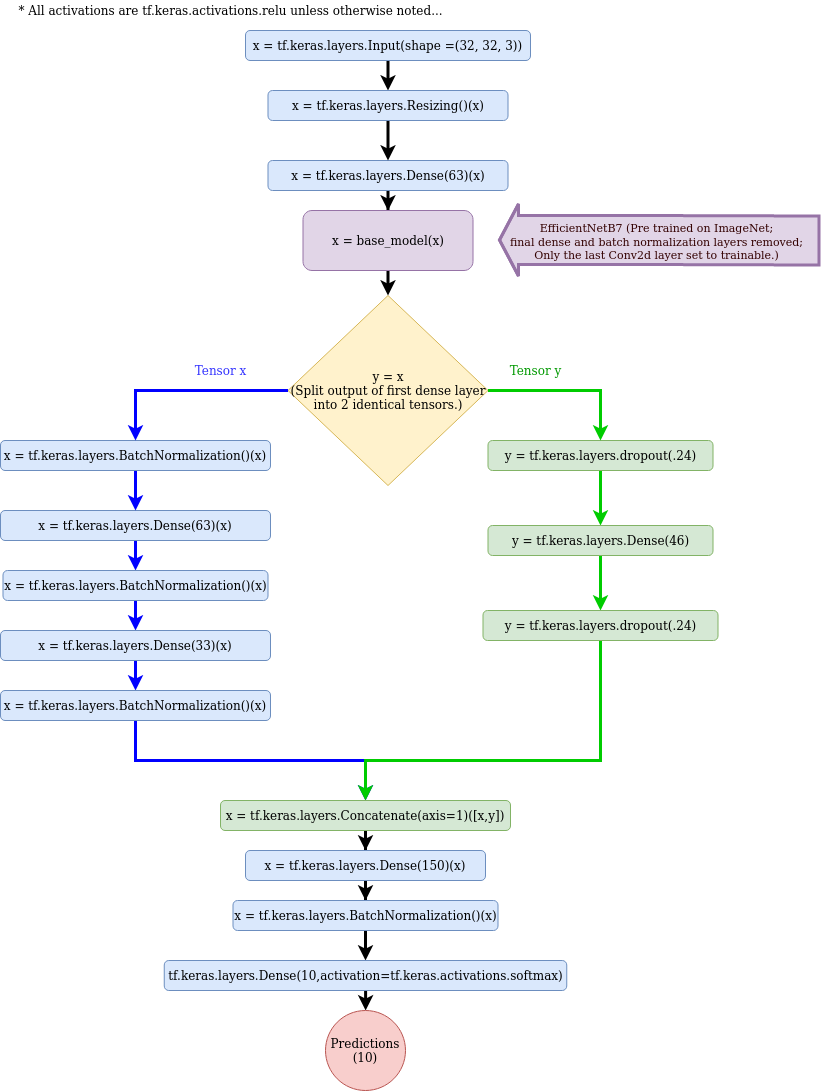
Above: use-examples/EfficientNetB7-ResidualMLP_NeuralArchitectureSearch12HrTraining/2022-02-04_best_CIFAR_ResidualMLP_model.drawio.png in david-thrower/residual_MLP_Tests (draw.io), before the change. Source tidied: cells renumbered, new cells last; positions are measured from the earlier drawing's top-left corner, leaving out a move shared by most shapes.
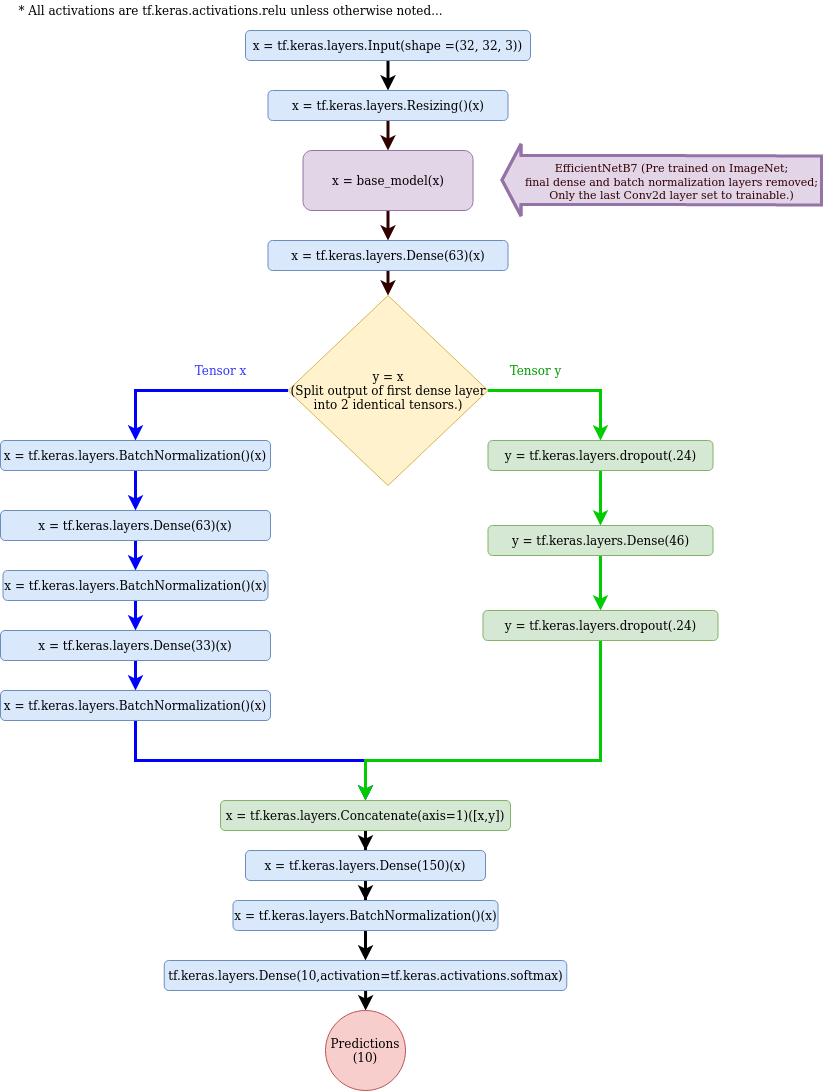
The same diagram one commit later.

Commit message:
Correction to architecture diagram....

What changed in the source:
```diff
@@ -8,11 +8,11 @@
     <mxCell id="3" value="x = &lt;span class=&quot;pl-s1&quot;&gt;&lt;span class=&quot;pl-token&quot;&gt;tf&lt;/span&gt;&lt;/span&gt;.&lt;span class=&quot;pl-s1&quot;&gt;&lt;span class=&quot;pl-token&quot;&gt;keras&lt;/span&gt;&lt;/span&gt;.&lt;span class=&quot;pl-s1&quot;&gt;&lt;span class=&quot;pl-token&quot;&gt;layers&lt;/span&gt;&lt;/span&gt;.&lt;span class=&quot;pl-v&quot;&gt;&lt;span class=&quot;pl-token&quot;&gt;Input&lt;/span&gt;&lt;/span&gt;(&lt;span class=&quot;pl-s1&quot;&gt;shape&lt;/span&gt; &lt;span class=&quot;pl-c1&quot;&gt;=(&lt;/span&gt;32, 32, 3&lt;span class=&quot;pl-c1&quot;&gt;&lt;/span&gt;&lt;span class=&quot;pl-c1&quot;&gt;))&lt;/span&gt;" style="rounded=1;whiteSpace=wrap;html=1;fillColor=#dae8fc;strokeColor=#6c8ebf;" parent="1" vertex="1">
       <mxGeometry x="245" y="30" width="285" height="30" as="geometry" />
     </mxCell>
-    <mxCell id="4" style="edgeStyle=orthogonalEdgeStyle;rounded=0;jettySize=auto;html=1;strokeWidth=3;" parent="1" edge="1" source="5" target="35">
-      <mxGeometry relative="1" as="geometry" />
-    </mxCell>
+    <mxCell id="43" style="edgeStyle=orthogonalEdgeStyle;rounded=0;jettySize=auto;html=1;entryX=0.5;entryY=0;entryDx=0;entryDy=0;fontColor=#330000;strokeColor=#330000;strokeWidth=3;" parent="1" edge="1" source="5" target="27">
+      <mxGeometry relative="1" as="geometry" />
+    </mxCell>
     <mxCell id="5" value="x = tf.keras.layers.Dense(63)(x)" style="rounded=1;whiteSpace=wrap;html=1;fillColor=#dae8fc;strokeColor=#6c8ebf;" parent="1" vertex="1">
-      <mxGeometry x="267.5" y="160" width="240" height="30" as="geometry" />
+      <mxGeometry x="267.5" y="240" width="240" height="30" as="geometry" />
     </mxCell>
     <mxCell id="6" value="* All activations are &lt;span class=&quot;pl-s1&quot;&gt;&lt;span class=&quot;pl-token&quot;&gt;tf&lt;/span&gt;&lt;/span&gt;.&lt;span class=&quot;pl-s1&quot;&gt;&lt;span class=&quot;pl-token&quot;&gt;keras&lt;/span&gt;&lt;/span&gt;.&lt;span class=&quot;pl-s1&quot;&gt;&lt;span class=&quot;pl-token&quot;&gt;activations&lt;/span&gt;&lt;/span&gt;.&lt;span class=&quot;pl-s1&quot;&gt;&lt;span class=&quot;pl-token&quot;&gt;relu unless otherwise noted...&lt;br&gt;&lt;/span&gt;&lt;/span&gt;" style="text;html=1;align=center;verticalAlign=middle;strokeColor=none;fillColor=none;" parent="1" vertex="1">
       <mxGeometry x="10" width="440" height="20" as="geometry" />
@@ -105,17 +105,17 @@
     <mxCell id="31" value="x = tf.keras.layers.BatchNormalization()(x)" style="rounded=1;whiteSpace=wrap;html=1;fillColor=#dae8fc;strokeColor=#6c8ebf;" parent="1" vertex="1">
       <mxGeometry x="232.5" y="900" width="265" height="30" as="geometry" />
     </mxCell>
-    <mxCell id="32" style="edgeStyle=orthogonalEdgeStyle;rounded=0;jettySize=auto;html=1;strokeWidth=3;" parent="1" edge="1" source="33" target="5">
-      <mxGeometry relative="1" as="geometry" />
-    </mxCell>
+    <mxCell id="44" style="edgeStyle=orthogonalEdgeStyle;rounded=0;jettySize=auto;html=1;fontColor=#330000;strokeColor=#330000;strokeWidth=3;" parent="1" edge="1" source="33" target="35">
+      <mxGeometry relative="1" as="geometry" />
+    </mxCell>
     <mxCell id="33" value="x = &lt;span class=&quot;pl-s1&quot;&gt;&lt;span class=&quot;pl-token&quot;&gt;tf&lt;/span&gt;&lt;/span&gt;.&lt;span class=&quot;pl-s1&quot;&gt;&lt;span class=&quot;pl-token&quot;&gt;keras&lt;/span&gt;&lt;/span&gt;.&lt;span class=&quot;pl-s1&quot;&gt;&lt;span class=&quot;pl-token&quot;&gt;layers&lt;/span&gt;&lt;/span&gt;.&lt;span class=&quot;pl-v&quot;&gt;&lt;span class=&quot;pl-token&quot;&gt;Resizing&lt;/span&gt;&lt;/span&gt;()(x)" style="rounded=1;whiteSpace=wrap;html=1;fillColor=#dae8fc;strokeColor=#6c8ebf;" parent="1" vertex="1">
       <mxGeometry x="267.5" y="90" width="240" height="30" as="geometry" />
     </mxCell>
-    <mxCell id="34" style="edgeStyle=orthogonalEdgeStyle;rounded=0;jettySize=auto;html=1;strokeWidth=3;" parent="1" edge="1" source="35" target="27">
-      <mxGeometry relative="1" as="geometry" />
-    </mxCell>
+    <mxCell id="45" style="edgeStyle=orthogonalEdgeStyle;rounded=0;jettySize=auto;html=1;entryX=0.5;entryY=0;entryDx=0;entryDy=0;fontColor=#330000;strokeColor=#330000;strokeWidth=3;" parent="1" edge="1" source="35" target="5">
+      <mxGeometry relative="1" as="geometry" />
+    </mxCell>
     <mxCell id="35" value="x = base_model(x)" style="rounded=1;whiteSpace=wrap;html=1;fillColor=#e1d5e7;strokeColor=#9673a6;" parent="1" vertex="1">
-      <mxGeometry x="302.5" y="210" width="170" height="60" as="geometry" />
+      <mxGeometry x="302.5" y="150" width="170" height="60" as="geometry" />
     </mxCell>
     <mxCell id="36" value="&lt;font color=&quot;#3333FF&quot;&gt;Tensor x&lt;/font&gt;" style="text;html=1;align=center;verticalAlign=middle;strokeColor=none;fillColor=none;" parent="1" vertex="1">
       <mxGeometry x="185" y="360" width="70" height="20" as="geometry" />
@@ -134,16 +134,16 @@
     </mxCell>
     <mxCell id="41" style="shape=flexArrow;endArrow=classic;html=1;rounded=0;fontColor=#009900;strokeWidth=3;fillColor=#e1d5e7;strokeColor=#9673a6;width=47;endSize=5.33;" parent="1" edge="1">
       <mxGeometry relative="1" as="geometry">
-        <mxPoint x="820" y="240" as="sourcePoint" />
-        <mxPoint x="497.5" y="239.5" as="targetPoint" />
+        <mxPoint x="822.5" y="180" as="sourcePoint" />
+        <mxPoint x="500" y="179.5" as="targetPoint" />
         <Array as="points">
-          <mxPoint x="637.5" y="239.5" />
+          <mxPoint x="640" y="179.5" />
         </Array>
       </mxGeometry>
     </mxCell>
     <mxCell id="42" value="&lt;div&gt;&lt;font&gt;EfficientNetB7&lt;/font&gt; (Pre trained on ImageNet;&lt;/div&gt;&lt;div&gt;final dense and batch normalization layers removed;&lt;/div&gt;&lt;div&gt;Only the last Conv2d layer set to trainable.)&lt;/div&gt;" style="edgeLabel;html=1;align=center;verticalAlign=middle;fontColor=#330000;labelBackgroundColor=none;" parent="41" vertex="1">
       <mxGeometry x="0.58" y="3" relative="1" as="geometry">
-        <mxPoint x="90" y="-2" as="offset" />
+        <mxPoint x="103" y="-2" as="offset" />
       </mxGeometry>
     </mxCell>
   </root>
```
